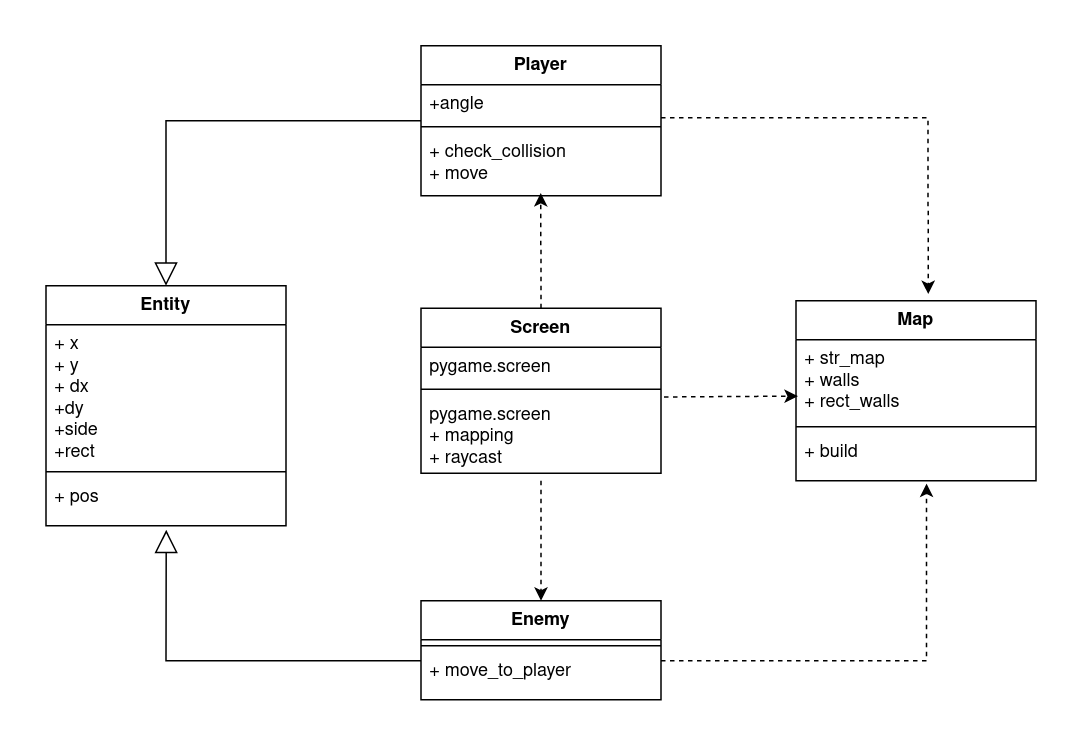
tro11ing/FunnyLabirint keeps this draw.io diagram as doc/Class_diagram.png. Above is the earlier version. Source tidied: cells renumbered, new cells last; positions are measured from the earlier drawing's top-left corner, leaving out a move shared by most shapes.
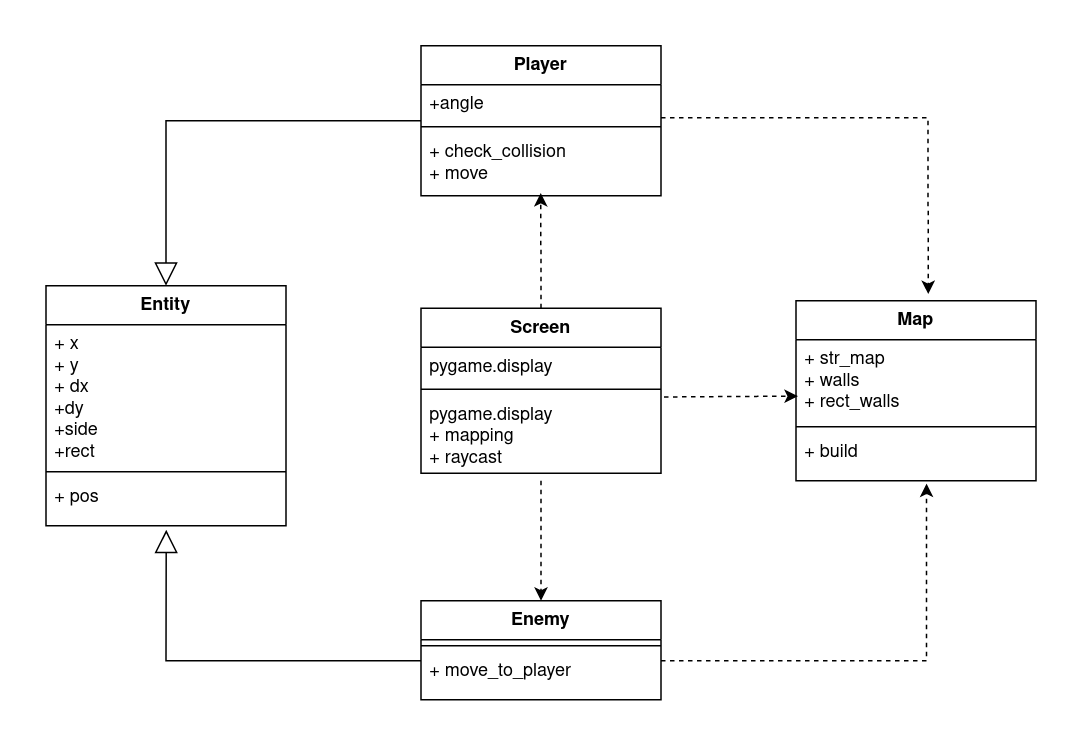
After the change.

Commit message:
Diagrams completed

What changed in the source:
```diff
@@ -38,13 +38,13 @@
     <mxCell id="13" value="Screen" style="swimlane;fontStyle=1;align=center;verticalAlign=top;horizontal=1;startSize=26;whiteSpace=wrap;html=1;" parent="1" vertex="1">
       <mxGeometry x="250" y="175" width="160" height="110" as="geometry" />
     </mxCell>
-    <mxCell id="14" value="pygame.screen" style="text;strokeColor=none;fillColor=none;align=left;verticalAlign=top;spacingLeft=4;spacingRight=4;overflow=hidden;whiteSpace=wrap;html=1;" parent="13" vertex="1">
+    <mxCell id="14" value="pygame.display" style="text;strokeColor=none;fillColor=none;align=left;verticalAlign=top;spacingLeft=4;spacingRight=4;overflow=hidden;whiteSpace=wrap;html=1;" parent="13" vertex="1">
       <mxGeometry y="26" width="160" height="24" as="geometry" />
     </mxCell>
     <mxCell id="15" style="line;strokeWidth=1;fillColor=none;align=left;verticalAlign=middle;spacingTop=-1;spacingLeft=3;spacingRight=3;labelPosition=right;strokeColor=inherit;" parent="13" vertex="1">
       <mxGeometry y="50" width="160" height="8" as="geometry" />
     </mxCell>
-    <mxCell id="16" value="&lt;div&gt;pygame.screen&lt;br&gt;&lt;/div&gt;&lt;div&gt;+ mapping&lt;br&gt;&lt;/div&gt;&lt;div&gt;+ raycast&lt;br&gt;&lt;/div&gt;" style="text;strokeColor=none;fillColor=none;align=left;verticalAlign=top;spacingLeft=4;spacingRight=4;overflow=hidden;points=[[0,0.5],[1,0.5]];portConstraint=eastwest;whiteSpace=wrap;html=1;" parent="13" vertex="1">
+    <mxCell id="16" value="&lt;div&gt;pygame.display&lt;br&gt;&lt;/div&gt;&lt;div&gt;+ mapping&lt;br&gt;&lt;/div&gt;&lt;div&gt;+ raycast&lt;br&gt;&lt;/div&gt;" style="text;strokeColor=none;fillColor=none;align=left;verticalAlign=top;spacingLeft=4;spacingRight=4;overflow=hidden;points=[[0,0.5],[1,0.5]];portConstraint=eastwest;whiteSpace=wrap;html=1;" parent="13" vertex="1">
       <mxGeometry y="58" width="160" height="52" as="geometry" />
     </mxCell>
     <mxCell id="17" value="Map" style="swimlane;fontStyle=1;align=center;verticalAlign=top;horizontal=1;startSize=26;whiteSpace=wrap;html=1;" parent="1" vertex="1">
```
